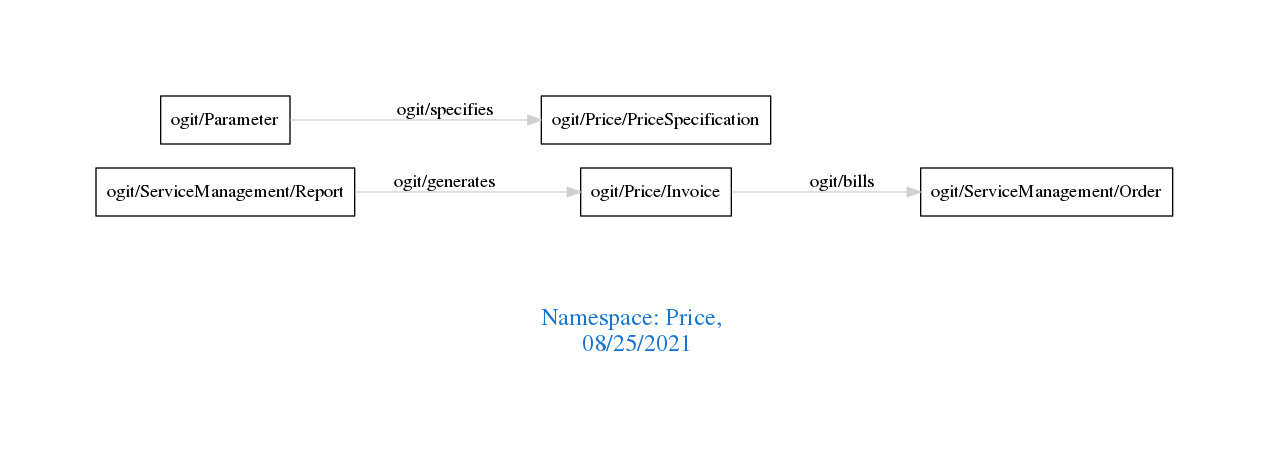
The Graphviz diagram downloads/Price.png in arago/OGIT, before a commit. Its source is kept beside it as downloads/Price.dot.
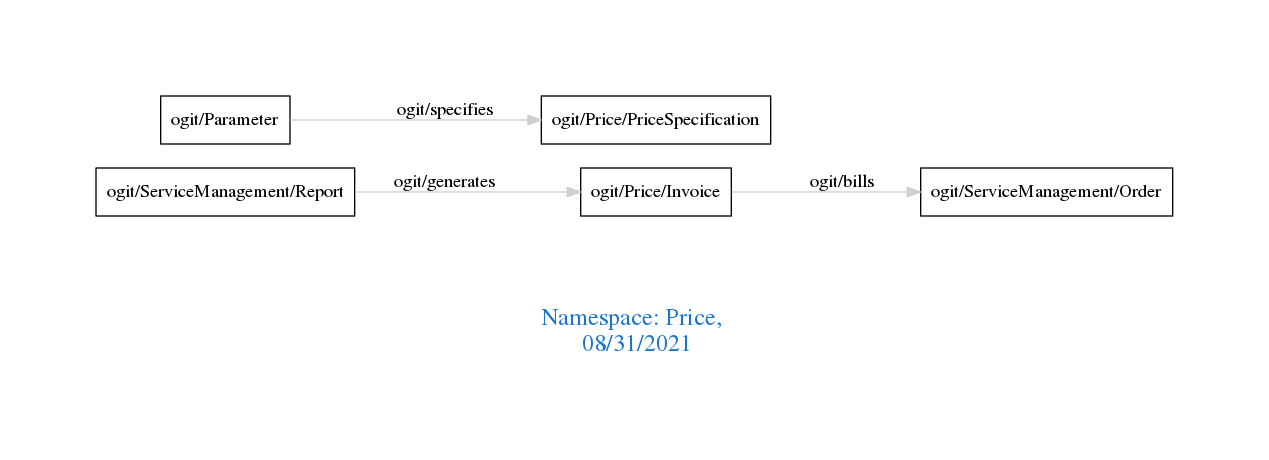
The same file after the commit.

What changed in the source:
```diff
@@ -1,7 +1,7 @@
 digraph OGIT_ontology {
  graph [ rankdir= LR,pad=1
 fontsize = 18,
-fontcolor= dodgerblue3,label = "\n\n\nNamespace: Price, \n 08/25/2021"];
+fontcolor= dodgerblue3,label = "\n\n\nNamespace: Price, \n 08/31/2021"];
 node[shape=polygon];
 edge [  color="gray81"];
 
```
